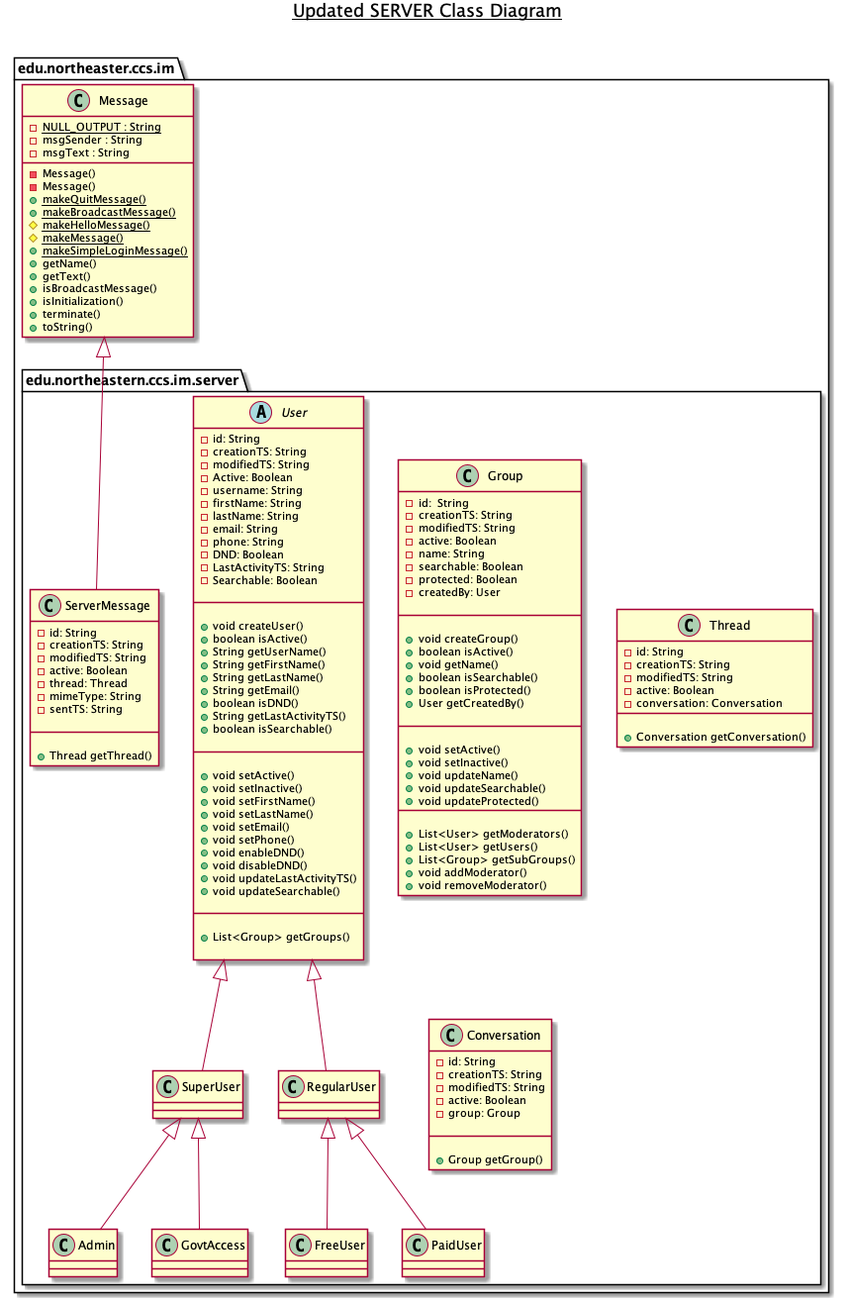
srsanghavi/chatter-tcp-based-conversation-platform keeps this PlantUML diagram as Documents/UML/UpdatedServer.png. Above is the earlier version. The source it was exported from:
```plantuml
@startuml

title __Updated SERVER Class Diagram__\n

package edu.northeaster.ccs.im{


    class Message {
        {static} - NULL_OUTPUT : String
        - msgSender : String
        - msgText : String
        - Message()
        - Message()
        {static} + makeQuitMessage()
        {static} + makeBroadcastMessage()
        {static} # makeHelloMessage()
        {static} # makeMessage()
        {static} + makeSimpleLoginMessage()
        + getName()
        + getText()
        + isBroadcastMessage()
        + isInitialization()
        + terminate()
        + toString()
    }
    package edu.northeastern.ccs.im.server {
      abstract class User {
        - id: String
        - creationTS: String
        - modifiedTS: String
        - Active: Boolean
        - username: String
        - firstName: String
        - lastName: String
        - email: String
        - phone: String
        - DND: Boolean
        - LastActivityTS: String
        - Searchable: Boolean

        __

        + void createUser()
        + boolean isActive()
        + String getUserName()
        + String getFirstName()
        + String getLastName()
        + String getEmail()
        + boolean isDND()
        + String getLastActivityTS()
        + boolean isSearchable()

        __

        + void setActive()
        + void setInactive()
        + void setFirstName()
        + void setLastName()
        + void setEmail()
        + void setPhone()
        + void enableDND()
        + void disableDND()
        + void updateLastActivityTS()
        + void updateSearchable()

        __

        + List<Group> getGroups()

      }

    class Group{
      - id:  String
      - creationTS: String
      - modifiedTS: String
      - active: Boolean
      - name: String
      - searchable: Boolean
      - protected: Boolean
      - createdBy: User

      __

      + void createGroup()
      + boolean isActive()
      + void getName()
      + boolean isSearchable()
      + boolean isProtected()
      + User getCreatedBy()

      __

      + void setActive()
      + void setInactive()
      + void updateName()
      + void updateSearchable()
      + void updateProtected()
      __

      + List<User> getModerators()
      + List<User> getUsers()
      + List<Group> getSubGroups()
      + void addModerator()
      + void removeModerator()
    }

    class ServerMessage{
      - id: String
      - creationTS: String
      - modifiedTS: String
      - active: Boolean
      - thread: Thread
      - mimeType: String
      - sentTS: String

      __

      + Thread getThread()
    }

    class Thread{
      - id: String
      - creationTS: String
      - modifiedTS: String
      - active: Boolean
      - conversation: Conversation
      __

      + Conversation getConversation()
    }

    class Conversation{
      - id: String
      - creationTS: String
      - modifiedTS: String
      - active: Boolean
      - group: Group

      __

      + Group getGroup()
    }

  RegularUser -up-|> User
  SuperUser -up-|> User
  FreeUser -up-|> RegularUser
  PaidUser -up-|> RegularUser
  Admin -up-|> SuperUser
  GovtAccess -up-|> SuperUser

  ServerMessage -up-|> Message
  }
}

@enduml
```
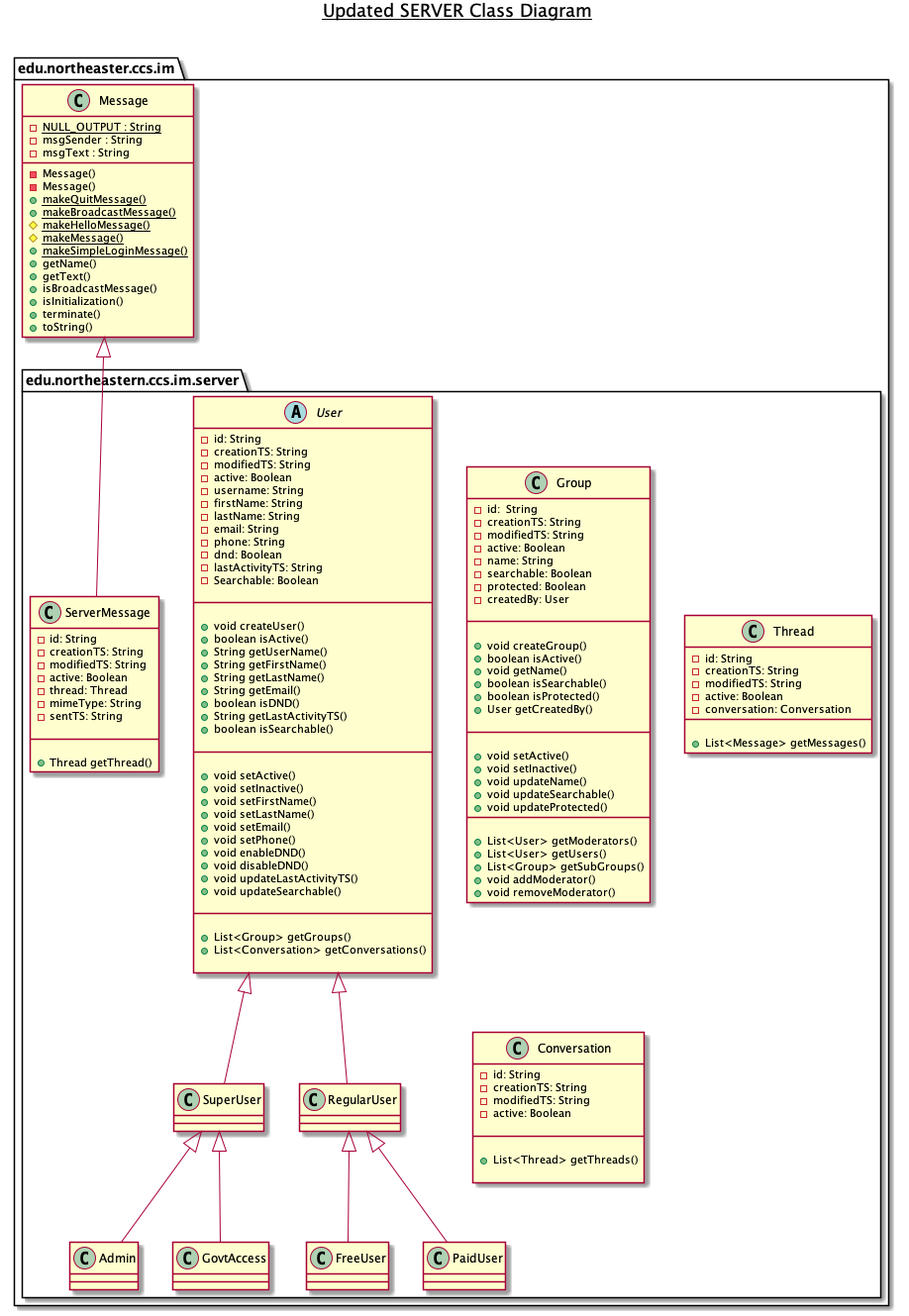
Above is the later version.

Diff of the diagram source:
```diff
@@ -28,14 +28,14 @@
         - id: String
         - creationTS: String
         - modifiedTS: String
-        - Active: Boolean
+        - active: Boolean
         - username: String
         - firstName: String
         - lastName: String
         - email: String
         - phone: String
-        - DND: Boolean
-        - LastActivityTS: String
+        - dnd: Boolean
+        - lastActivityTS: String
         - Searchable: Boolean
 
         __
@@ -66,6 +66,7 @@
         __
 
         + List<Group> getGroups()
+        + List<Conversation> getConversations()
 
       }
 
@@ -126,7 +127,7 @@
       - conversation: Conversation
       __
 
-      + Conversation getConversation()
+      + List<Message> getMessages()
     }
 
     class Conversation{
@@ -134,11 +135,11 @@
       - creationTS: String
       - modifiedTS: String
       - active: Boolean
-      - group: Group
 
       __
 
-      + Group getGroup()
+      + List<Thread> getThreads()
+
     }
 
   RegularUser -up-|> User
```
